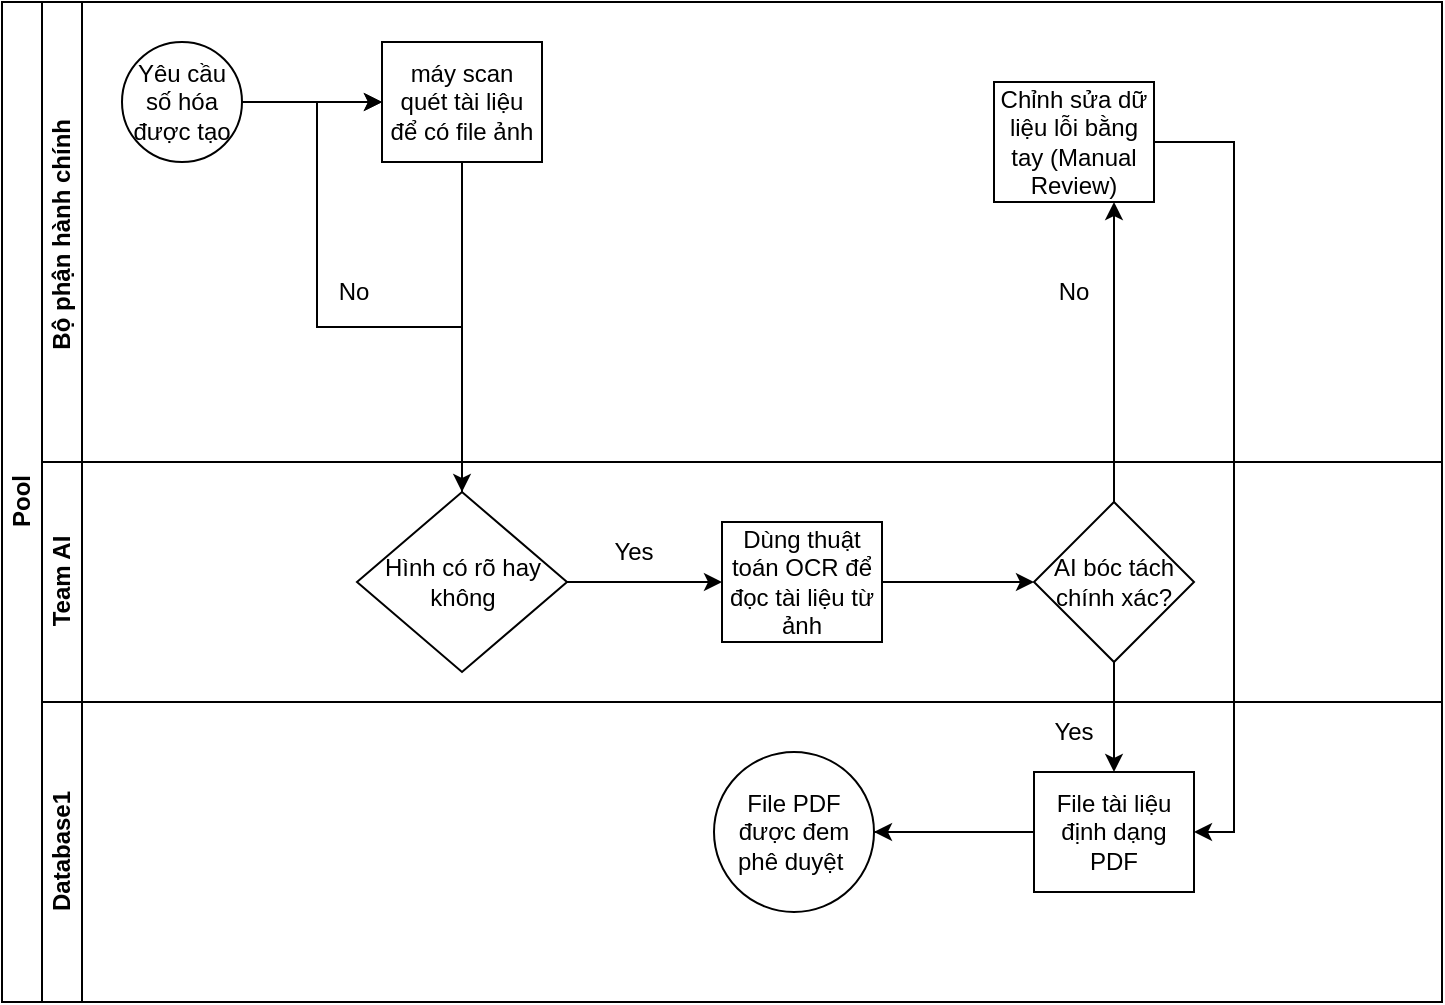
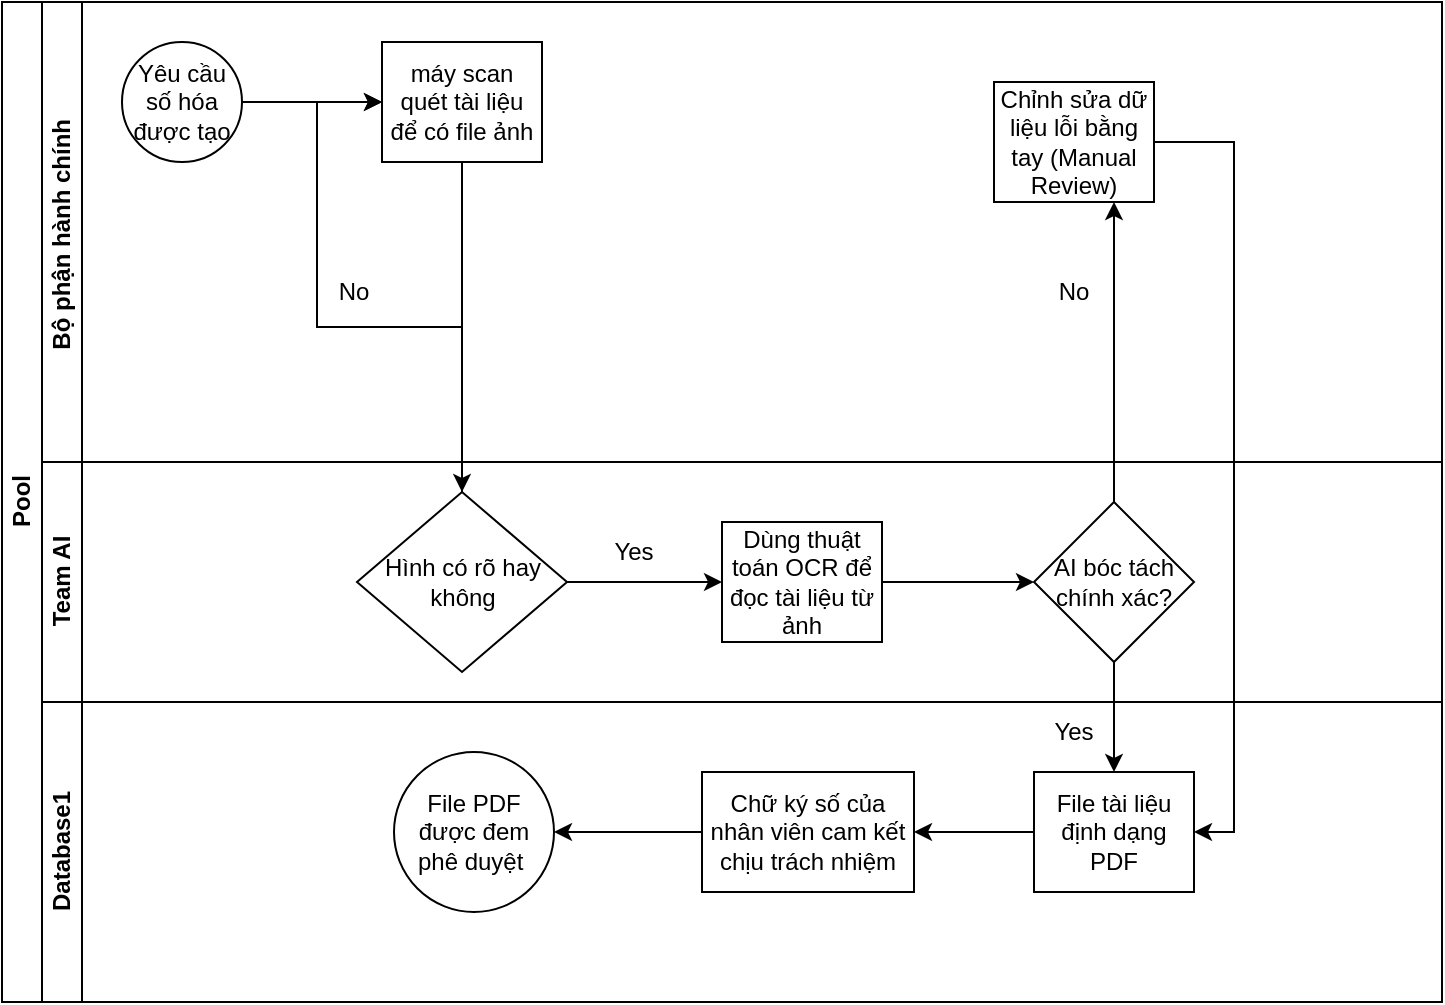
<mxfile host="app.diagrams.net" pages="2">
  <diagram id="prtHgNgQTEPvFCAcTncT" name="Page-1">
-     <mxGraphModel dx="1278" dy="705" grid="1" gridSize="10" guides="1" tooltips="1" connect="1" arrows="1" fold="1" page="1" pageScale="1" pageWidth="827" pageHeight="1169" math="0" shadow="0">
+     <mxGraphModel dx="1406" dy="780" grid="1" gridSize="10" guides="1" tooltips="1" connect="1" arrows="1" fold="1" page="1" pageScale="1" pageWidth="827" pageHeight="1169" math="0" shadow="0">
      <root>
        <mxCell id="0" />
        <mxCell id="1" parent="0" />
        <mxCell id="dNxyNK7c78bLwvsdeMH5-19" parent="1" style="swimlane;html=1;childLayout=stackLayout;resizeParent=1;resizeParentMax=0;horizontal=0;startSize=20;horizontalStack=0;movable=1;resizable=1;rotatable=1;deletable=1;editable=1;locked=0;connectable=1;" value="Pool" vertex="1">
          <mxGeometry height="500" width="720" x="54" y="170" as="geometry" />
        </mxCell>
        <mxCell id="dNxyNK7c78bLwvsdeMH5-20" parent="dNxyNK7c78bLwvsdeMH5-19" style="swimlane;html=1;startSize=20;horizontal=0;movable=1;resizable=1;rotatable=1;deletable=1;editable=1;locked=0;connectable=1;" value="Bộ phận hành chính&amp;nbsp;" vertex="1">
          <mxGeometry height="230" width="700" x="20" as="geometry">
            <mxRectangle height="30" width="430" x="20" as="alternateBounds" />
          </mxGeometry>
        </mxCell>
        <mxCell id="dNxyNK7c78bLwvsdeMH5-25" edge="1" parent="dNxyNK7c78bLwvsdeMH5-20" source="dNxyNK7c78bLwvsdeMH5-23" style="edgeStyle=orthogonalEdgeStyle;rounded=0;orthogonalLoop=1;jettySize=auto;html=1;movable=1;resizable=1;rotatable=1;deletable=1;editable=1;locked=0;connectable=1;" target="dNxyNK7c78bLwvsdeMH5-24" value="">
          <mxGeometry relative="1" as="geometry" />
        </mxCell>
        <mxCell id="dNxyNK7c78bLwvsdeMH5-23" parent="dNxyNK7c78bLwvsdeMH5-20" style="ellipse;whiteSpace=wrap;html=1;movable=1;resizable=1;rotatable=1;deletable=1;editable=1;locked=0;connectable=1;" value="Yêu cầu số hóa được tạo" vertex="1">
          <mxGeometry height="60" width="60" x="40" y="20" as="geometry" />
        </mxCell>
        <mxCell id="dNxyNK7c78bLwvsdeMH5-24" parent="dNxyNK7c78bLwvsdeMH5-20" style="rounded=0;whiteSpace=wrap;html=1;fontFamily=Helvetica;fontSize=12;fontColor=#000000;align=center;movable=1;resizable=1;rotatable=1;deletable=1;editable=1;locked=0;connectable=1;" value="máy scan quét tài liệu để có file ảnh" vertex="1">
          <mxGeometry height="60" width="80" x="170" y="20" as="geometry" />
        </mxCell>
        <mxCell id="dNxyNK7c78bLwvsdeMH5-30" parent="dNxyNK7c78bLwvsdeMH5-20" style="rounded=0;whiteSpace=wrap;html=1;fontFamily=Helvetica;fontSize=12;fontColor=#000000;align=center;movable=1;resizable=1;rotatable=1;deletable=1;editable=1;locked=0;connectable=1;" value="Chỉnh sửa dữ liệu lỗi bằng tay (Manual Review)" vertex="1">
          <mxGeometry height="60" width="80" x="476" y="40" as="geometry" />
        </mxCell>
        <mxCell id="ekaqMFpJdgeNFSx4giml-14" parent="dNxyNK7c78bLwvsdeMH5-20" style="text;html=1;whiteSpace=wrap;strokeColor=none;fillColor=none;align=center;verticalAlign=middle;rounded=0;autosize=1;resizable=0;" value="No" vertex="1">
          <mxGeometry height="30" width="40" x="136" y="130" as="geometry" />
        </mxCell>
        <mxCell id="ekaqMFpJdgeNFSx4giml-25" parent="dNxyNK7c78bLwvsdeMH5-20" style="text;html=1;whiteSpace=wrap;strokeColor=none;fillColor=none;align=center;verticalAlign=middle;rounded=0;autosize=1;resizable=0;" value="No" vertex="1">
          <mxGeometry height="30" width="40" x="496" y="130" as="geometry" />
        </mxCell>
        <mxCell id="dNxyNK7c78bLwvsdeMH5-21" parent="dNxyNK7c78bLwvsdeMH5-19" style="swimlane;html=1;startSize=20;horizontal=0;movable=1;resizable=1;rotatable=1;deletable=1;editable=1;locked=0;connectable=1;" value="Team AI" vertex="1">
          <mxGeometry height="120" width="700" x="20" y="230" as="geometry">
            <mxRectangle height="30" width="430" x="20" y="120" as="alternateBounds" />
          </mxGeometry>
        </mxCell>
        <mxCell id="ekaqMFpJdgeNFSx4giml-18" edge="1" parent="dNxyNK7c78bLwvsdeMH5-21" source="dNxyNK7c78bLwvsdeMH5-26" style="edgeStyle=orthogonalEdgeStyle;rounded=0;orthogonalLoop=1;jettySize=auto;html=1;" target="ekaqMFpJdgeNFSx4giml-17" value="">
          <mxGeometry relative="1" as="geometry" />
        </mxCell>
        <mxCell id="dNxyNK7c78bLwvsdeMH5-26" parent="dNxyNK7c78bLwvsdeMH5-21" style="rounded=0;whiteSpace=wrap;html=1;fontFamily=Helvetica;fontSize=12;fontColor=#000000;align=center;movable=1;resizable=1;rotatable=1;deletable=1;editable=1;locked=0;connectable=1;" value="Dùng thuật toán OCR để đọc tài liệu từ ảnh" vertex="1">
          <mxGeometry height="60" width="80" x="340" y="30" as="geometry" />
        </mxCell>
        <mxCell id="ekaqMFpJdgeNFSx4giml-16" edge="1" parent="dNxyNK7c78bLwvsdeMH5-21" source="dNxyNK7c78bLwvsdeMH5-28" style="edgeStyle=orthogonalEdgeStyle;rounded=0;orthogonalLoop=1;jettySize=auto;html=1;entryX=0;entryY=0.5;entryDx=0;entryDy=0;" target="dNxyNK7c78bLwvsdeMH5-26">
          <mxGeometry relative="1" as="geometry" />
        </mxCell>
        <mxCell id="dNxyNK7c78bLwvsdeMH5-28" parent="dNxyNK7c78bLwvsdeMH5-21" style="rhombus;whiteSpace=wrap;html=1;fontFamily=Helvetica;fontSize=12;fontColor=#000000;align=center;movable=1;resizable=1;rotatable=1;deletable=1;editable=1;locked=0;connectable=1;" value="Hình có rõ hay không" vertex="1">
          <mxGeometry height="90" width="105" x="157.5" y="15" as="geometry" />
        </mxCell>
        <mxCell id="ekaqMFpJdgeNFSx4giml-13" parent="dNxyNK7c78bLwvsdeMH5-21" style="text;html=1;whiteSpace=wrap;strokeColor=none;fillColor=none;align=center;verticalAlign=middle;rounded=0;autosize=1;resizable=0;" value="Yes" vertex="1">
          <mxGeometry height="30" width="40" x="276" y="30" as="geometry" />
        </mxCell>
        <mxCell id="ekaqMFpJdgeNFSx4giml-17" parent="dNxyNK7c78bLwvsdeMH5-21" style="rhombus;whiteSpace=wrap;html=1;fontColor=#000000;rounded=0;resizable=1;" value="AI bóc tách chính xác?" vertex="1">
          <mxGeometry height="80" width="80" x="496" y="20" as="geometry" />
        </mxCell>
        <mxCell id="ekaqMFpJdgeNFSx4giml-11" edge="1" parent="dNxyNK7c78bLwvsdeMH5-19" source="dNxyNK7c78bLwvsdeMH5-24" style="edgeStyle=orthogonalEdgeStyle;rounded=0;orthogonalLoop=1;jettySize=auto;html=1;entryX=0.5;entryY=0;entryDx=0;entryDy=0;" target="dNxyNK7c78bLwvsdeMH5-28">
          <mxGeometry relative="1" as="geometry" />
        </mxCell>
        <mxCell id="ekaqMFpJdgeNFSx4giml-15" edge="1" parent="dNxyNK7c78bLwvsdeMH5-19" source="dNxyNK7c78bLwvsdeMH5-28" style="edgeStyle=orthogonalEdgeStyle;rounded=0;orthogonalLoop=1;jettySize=auto;html=1;entryX=0;entryY=0.5;entryDx=0;entryDy=0;" target="dNxyNK7c78bLwvsdeMH5-24">
          <mxGeometry relative="1" as="geometry" />
        </mxCell>
        <mxCell id="ekaqMFpJdgeNFSx4giml-19" edge="1" parent="dNxyNK7c78bLwvsdeMH5-19" source="ekaqMFpJdgeNFSx4giml-17" style="edgeStyle=orthogonalEdgeStyle;rounded=0;orthogonalLoop=1;jettySize=auto;html=1;entryX=0.5;entryY=0;entryDx=0;entryDy=0;" target="dNxyNK7c78bLwvsdeMH5-34">
          <mxGeometry relative="1" as="geometry" />
        </mxCell>
        <mxCell id="dNxyNK7c78bLwvsdeMH5-22" parent="dNxyNK7c78bLwvsdeMH5-19" style="swimlane;html=1;startSize=20;horizontal=0;movable=1;resizable=1;rotatable=1;deletable=1;editable=1;locked=0;connectable=1;" value="Database1" vertex="1">
          <mxGeometry height="150" width="700" x="20" y="350" as="geometry" />
        </mxCell>
-         <mxCell id="dNxyNK7c78bLwvsdeMH5-37" edge="1" parent="dNxyNK7c78bLwvsdeMH5-22" source="dNxyNK7c78bLwvsdeMH5-34" style="edgeStyle=orthogonalEdgeStyle;rounded=0;orthogonalLoop=1;jettySize=auto;html=1;endArrow=classic;endFill=1;movable=1;resizable=1;rotatable=1;deletable=1;editable=1;locked=0;connectable=1;" value="">
-           <mxGeometry relative="1" as="geometry">
-             <mxPoint x="400" y="65" as="targetPoint" />
-           </mxGeometry>
-         </mxCell>
-         <mxCell id="ekaqMFpJdgeNFSx4giml-22" edge="1" parent="dNxyNK7c78bLwvsdeMH5-22" source="dNxyNK7c78bLwvsdeMH5-34" style="edgeStyle=orthogonalEdgeStyle;rounded=0;orthogonalLoop=1;jettySize=auto;html=1;" target="ekaqMFpJdgeNFSx4giml-21" value="">
+         <mxCell id="yJkJUgtU3d_MHFnrfIRP-2" edge="1" parent="dNxyNK7c78bLwvsdeMH5-22" source="dNxyNK7c78bLwvsdeMH5-34" style="edgeStyle=orthogonalEdgeStyle;rounded=0;orthogonalLoop=1;jettySize=auto;html=1;" target="yJkJUgtU3d_MHFnrfIRP-1" value="">
          <mxGeometry relative="1" as="geometry" />
        </mxCell>
        <mxCell id="dNxyNK7c78bLwvsdeMH5-34" parent="dNxyNK7c78bLwvsdeMH5-22" style="rounded=0;whiteSpace=wrap;html=1;fontFamily=Helvetica;fontSize=12;fontColor=#000000;align=center;movable=1;resizable=1;rotatable=1;deletable=1;editable=1;locked=0;connectable=1;" value="File tài liệu định dạng PDF" vertex="1">
          <mxGeometry height="60" width="80" x="496" y="35" as="geometry" />
        </mxCell>
        <mxCell id="ekaqMFpJdgeNFSx4giml-21" parent="dNxyNK7c78bLwvsdeMH5-22" style="ellipse;whiteSpace=wrap;html=1;fontColor=#000000;rounded=0;resizable=1;" value="File PDF được đem phê duyệt&amp;nbsp;" vertex="1">
-           <mxGeometry height="80" width="80" x="336" y="25" as="geometry" />
+           <mxGeometry height="80" width="80" x="176" y="25" as="geometry" />
        </mxCell>
        <mxCell id="ekaqMFpJdgeNFSx4giml-24" parent="dNxyNK7c78bLwvsdeMH5-22" style="text;html=1;whiteSpace=wrap;strokeColor=none;fillColor=none;align=center;verticalAlign=middle;rounded=0;autosize=1;resizable=0;" value="Yes" vertex="1">
          <mxGeometry height="30" width="40" x="496" as="geometry" />
+         </mxCell>
+         <mxCell id="yJkJUgtU3d_MHFnrfIRP-3" edge="1" parent="dNxyNK7c78bLwvsdeMH5-22" source="yJkJUgtU3d_MHFnrfIRP-1" style="edgeStyle=orthogonalEdgeStyle;rounded=0;orthogonalLoop=1;jettySize=auto;html=1;entryX=1;entryY=0.5;entryDx=0;entryDy=0;" target="ekaqMFpJdgeNFSx4giml-21">
+           <mxGeometry relative="1" as="geometry" />
+         </mxCell>
+         <mxCell id="yJkJUgtU3d_MHFnrfIRP-1" parent="dNxyNK7c78bLwvsdeMH5-22" style="whiteSpace=wrap;html=1;fontColor=#000000;rounded=0;resizable=1;" value="Chữ ký số của nhân viên cam kết chịu trách nhiệm" vertex="1">
+           <mxGeometry height="60" width="106" x="330" y="35" as="geometry" />
        </mxCell>
        <mxCell id="ekaqMFpJdgeNFSx4giml-20" edge="1" parent="dNxyNK7c78bLwvsdeMH5-19" source="ekaqMFpJdgeNFSx4giml-17" style="edgeStyle=orthogonalEdgeStyle;rounded=0;orthogonalLoop=1;jettySize=auto;html=1;entryX=0.75;entryY=1;entryDx=0;entryDy=0;" target="dNxyNK7c78bLwvsdeMH5-30">
          <mxGeometry relative="1" as="geometry" />
        </mxCell>
        <mxCell id="ekaqMFpJdgeNFSx4giml-23" edge="1" parent="dNxyNK7c78bLwvsdeMH5-19" source="dNxyNK7c78bLwvsdeMH5-30" style="edgeStyle=orthogonalEdgeStyle;rounded=0;orthogonalLoop=1;jettySize=auto;html=1;entryX=1;entryY=0.5;entryDx=0;entryDy=0;" target="dNxyNK7c78bLwvsdeMH5-34">
          <mxGeometry relative="1" as="geometry">
            <Array as="points">
              <mxPoint x="616" y="70" />
              <mxPoint x="616" y="415" />
            </Array>
          </mxGeometry>
        </mxCell>
      </root>
    </mxGraphModel>
  </diagram>
  <diagram name="Copy of Page-1" id="tf9ljjEX3YHGOpS7i_nn">
-     <mxGraphModel dx="1022" dy="564" grid="1" gridSize="10" guides="1" tooltips="1" connect="1" arrows="1" fold="1" page="1" pageScale="1" pageWidth="827" pageHeight="1169" math="0" shadow="0">
+     <mxGraphModel dx="1406" dy="780" grid="1" gridSize="10" guides="1" tooltips="1" connect="1" arrows="1" fold="1" page="1" pageScale="1" pageWidth="827" pageHeight="1169" math="0" shadow="0">
      <root>
        <mxCell id="VbrtwnOTuDc6d0KT4o_c-0" />
        <mxCell id="VbrtwnOTuDc6d0KT4o_c-1" parent="VbrtwnOTuDc6d0KT4o_c-0" />
        <mxCell id="VuGptN0nWjZkZ91sIkM9-7" edge="1" parent="VbrtwnOTuDc6d0KT4o_c-1" source="VuGptN0nWjZkZ91sIkM9-5" style="edgeStyle=orthogonalEdgeStyle;rounded=0;orthogonalLoop=1;jettySize=auto;html=1;" target="VuGptN0nWjZkZ91sIkM9-6" value="">
          <mxGeometry relative="1" as="geometry" />
        </mxCell>
        <mxCell id="VuGptN0nWjZkZ91sIkM9-5" parent="VbrtwnOTuDc6d0KT4o_c-1" style="ellipse;whiteSpace=wrap;html=1;" value="start" vertex="1">
-           <mxGeometry height="60" width="60" x="29" y="240" as="geometry" />
+           <mxGeometry height="60" width="60" x="15" y="237.5" as="geometry" />
        </mxCell>
        <mxCell id="VuGptN0nWjZkZ91sIkM9-9" edge="1" parent="VbrtwnOTuDc6d0KT4o_c-1" source="VuGptN0nWjZkZ91sIkM9-6" style="edgeStyle=orthogonalEdgeStyle;rounded=0;orthogonalLoop=1;jettySize=auto;html=1;" target="VuGptN0nWjZkZ91sIkM9-8" value="">
          <mxGeometry relative="1" as="geometry" />
        </mxCell>
        <mxCell id="VuGptN0nWjZkZ91sIkM9-6" parent="VbrtwnOTuDc6d0KT4o_c-1" style="whiteSpace=wrap;html=1;" value="Chỉnh sửa file quy trình định dạng docx" vertex="1">
-           <mxGeometry height="60" width="120" x="139" y="240" as="geometry" />
+           <mxGeometry height="60" width="120" x="125" y="237.5" as="geometry" />
        </mxCell>
-         <mxCell id="VuGptN0nWjZkZ91sIkM9-11" edge="1" parent="VbrtwnOTuDc6d0KT4o_c-1" source="VuGptN0nWjZkZ91sIkM9-8" style="edgeStyle=orthogonalEdgeStyle;rounded=0;orthogonalLoop=1;jettySize=auto;html=1;" target="VuGptN0nWjZkZ91sIkM9-10" value="">
+         <mxCell id="6cpUU4CPE35r2vcfr_W3-3" edge="1" parent="VbrtwnOTuDc6d0KT4o_c-1" source="VuGptN0nWjZkZ91sIkM9-8" style="edgeStyle=orthogonalEdgeStyle;rounded=0;orthogonalLoop=1;jettySize=auto;html=1;" target="6cpUU4CPE35r2vcfr_W3-2" value="">
          <mxGeometry relative="1" as="geometry" />
        </mxCell>
        <mxCell id="VuGptN0nWjZkZ91sIkM9-8" parent="VbrtwnOTuDc6d0KT4o_c-1" style="whiteSpace=wrap;html=1;" value="Convert file sang định dạng pdf" vertex="1">
-           <mxGeometry height="60" width="120" x="339" y="240" as="geometry" />
+           <mxGeometry height="60" width="120" x="276" y="237.5" as="geometry" />
        </mxCell>
        <mxCell id="VuGptN0nWjZkZ91sIkM9-12" edge="1" parent="VbrtwnOTuDc6d0KT4o_c-1" source="VuGptN0nWjZkZ91sIkM9-10" style="edgeStyle=orthogonalEdgeStyle;rounded=0;orthogonalLoop=1;jettySize=auto;html=1;entryX=0;entryY=0.5;entryDx=0;entryDy=0;" target="VuGptN0nWjZkZ91sIkM9-6">
          <mxGeometry relative="1" as="geometry">
            <Array as="points">
-               <mxPoint x="599" y="350" />
-               <mxPoint x="119" y="350" />
-               <mxPoint x="119" y="270" />
+               <mxPoint x="632" y="387.5" />
+               <mxPoint x="105" y="387.5" />
+               <mxPoint x="105" y="267.5" />
            </Array>
          </mxGeometry>
        </mxCell>
        <mxCell id="VuGptN0nWjZkZ91sIkM9-14" edge="1" parent="VbrtwnOTuDc6d0KT4o_c-1" source="VuGptN0nWjZkZ91sIkM9-10" style="edgeStyle=orthogonalEdgeStyle;rounded=0;orthogonalLoop=1;jettySize=auto;html=1;" target="VuGptN0nWjZkZ91sIkM9-13" value="">
          <mxGeometry relative="1" as="geometry" />
        </mxCell>
        <mxCell id="VuGptN0nWjZkZ91sIkM9-10" parent="VbrtwnOTuDc6d0KT4o_c-1" style="rhombus;whiteSpace=wrap;html=1;" value="Trưởng bộ phận phê duyệt?" vertex="1">
-           <mxGeometry height="80" width="80" x="559" y="230" as="geometry" />
+           <mxGeometry height="135" width="111" x="576" y="200" as="geometry" />
        </mxCell>
        <mxCell id="VuGptN0nWjZkZ91sIkM9-13" parent="VbrtwnOTuDc6d0KT4o_c-1" style="ellipse;whiteSpace=wrap;html=1;" value="&lt;span style=&quot;color: rgb(237, 237, 237);&quot;&gt;File PDF được đem phê duyệt&amp;nbsp;&lt;/span&gt;" vertex="1">
-           <mxGeometry height="80" width="80" x="719" y="230" as="geometry" />
+           <mxGeometry height="80" width="80" x="733" y="227.5" as="geometry" />
        </mxCell>
        <mxCell id="69aizyC-D3ozozQxPsRu-0" parent="VbrtwnOTuDc6d0KT4o_c-1" style="text;html=1;whiteSpace=wrap;strokeColor=none;fillColor=none;align=center;verticalAlign=middle;rounded=0;" value="Yes" vertex="1">
-           <mxGeometry height="30" width="60" x="650" y="240" as="geometry" />
+           <mxGeometry height="30" width="60" x="676" y="267.5" as="geometry" />
        </mxCell>
        <mxCell id="69aizyC-D3ozozQxPsRu-1" parent="VbrtwnOTuDc6d0KT4o_c-1" style="text;html=1;whiteSpace=wrap;strokeColor=none;fillColor=none;align=center;verticalAlign=middle;rounded=0;" value="No" vertex="1">
-           <mxGeometry height="30" width="60" x="520" y="320" as="geometry" />
+           <mxGeometry height="30" width="60" x="566" y="357.5" as="geometry" />
+         </mxCell>
+         <mxCell id="O8uhcRTRYd-wuDyp38oK-0" edge="1" parent="VbrtwnOTuDc6d0KT4o_c-1" source="6cpUU4CPE35r2vcfr_W3-2" style="edgeStyle=orthogonalEdgeStyle;rounded=0;orthogonalLoop=1;jettySize=auto;html=1;" target="VuGptN0nWjZkZ91sIkM9-10" value="">
+           <mxGeometry relative="1" as="geometry" />
+         </mxCell>
+         <mxCell id="6cpUU4CPE35r2vcfr_W3-2" parent="VbrtwnOTuDc6d0KT4o_c-1" style="whiteSpace=wrap;html=1;" value="&lt;span style=&quot;color: rgb(237, 237, 237);&quot;&gt;Chữ ký số của nhân viên cam kết chịu trách nhiệm&lt;/span&gt;" vertex="1">
+           <mxGeometry height="60" width="120" x="426" y="237.5" as="geometry" />
        </mxCell>
      </root>
    </mxGraphModel>
  </diagram>
</mxfile>
